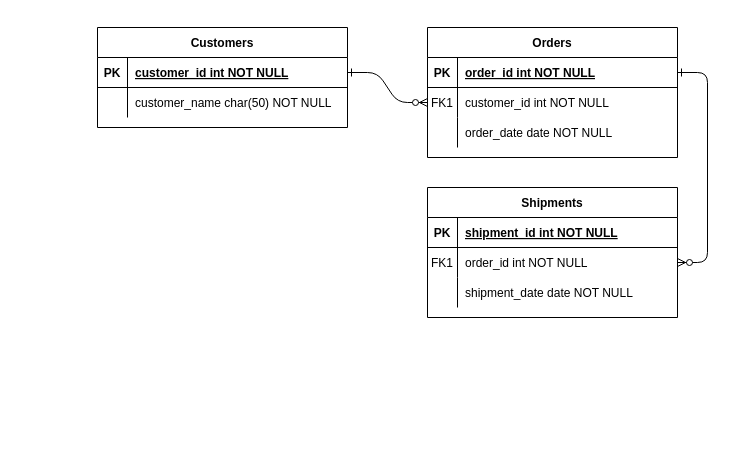
This is Untitled Diagram.drawio from angelica-martinez/Home, a draw.io file, before an edit. Source tidied: cells renumbered, new cells numbered last; positions are measured from the earlier drawing's top-left corner, leaving out a move shared by most shapes. Both pictures are drawn from the tidied source at 100%, with x=0, y=0 at pixel (97, 27).
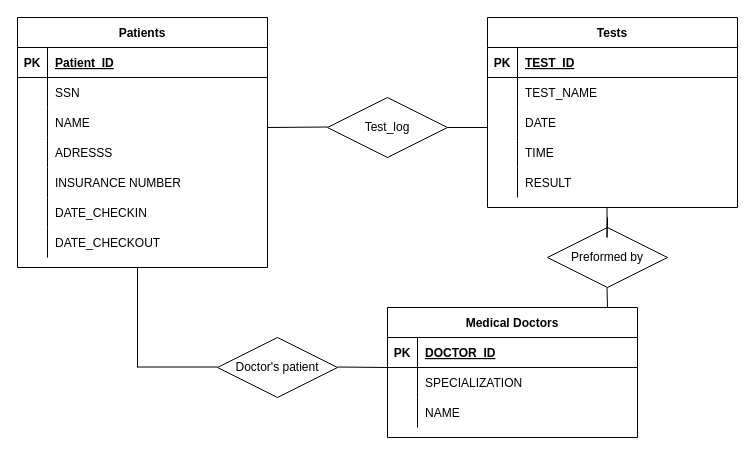
The same page after the edit.

The change refers to these unchanged cells:
```xml
<mxCell id="5" style="shape=partialRectangle;fillColor=none;points=[[0,0.5],[1,0.5]];portConstraint=eastwest;top=0;left=0;right=0;bottom=1;" parent="4" vertex="1">
  <mxGeometry y="30" width="250" height="30" as="geometry" />
</mxCell>
<mxCell id="8" style="shape=partialRectangle;fillColor=none;points=[[0,0.5],[1,0.5]];portConstraint=eastwest;top=0;left=0;right=0;bottom=0;" parent="4" vertex="1">
  <mxGeometry y="60" width="250" height="30" as="geometry" />
</mxCell>
<mxCell id="11" style="shape=partialRectangle;fillColor=none;top=0;left=0;right=0;bottom=0;" parent="4" vertex="1">
  <mxGeometry y="90" width="250" height="30" as="geometry" />
</mxCell>
<mxCell id="15" style="shape=partialRectangle;fillColor=none;top=0;left=0;right=0;bottom=1;" parent="14" vertex="1">
  <mxGeometry y="30" width="250" height="30" as="geometry" />
</mxCell>
<mxCell id="18" style="shape=partialRectangle;fillColor=none;points=[[0,0.5],[1,0.5]];portConstraint=eastwest;top=0;left=0;right=0;bottom=0;" parent="14" vertex="1">
  <mxGeometry y="60" width="250" height="30" as="geometry" />
</mxCell>
<mxCell id="21" style="shape=partialRectangle;fillColor=none;top=0;left=0;right=0;bottom=0;" parent="14" vertex="1">
  <mxGeometry y="90" width="250" height="30" as="geometry" />
</mxCell>
<mxCell id="25" style="shape=partialRectangle;fillColor=none;points=[[0,0.5],[1,0.5]];portConstraint=eastwest;top=0;left=0;right=0;bottom=1;" parent="24" vertex="1">
  <mxGeometry y="30" width="250" height="30" as="geometry" />
</mxCell>
<mxCell id="28" style="shape=partialRectangle;fillColor=none;top=0;left=0;right=0;bottom=0;" parent="24" vertex="1">
  <mxGeometry y="60" width="250" height="30" as="geometry" />
</mxCell>
```

Diff of the diagram source:
```diff
@@
-    <mxCell id="2" style="edgeStyle=entityRelationEdgeStyle;endArrow=ERzeroToMany;startArrow=ERone;endFill=1;startFill=0;" parent="1" edge="1" source="25" target="8">
-      <mxGeometry relative="1" as="geometry" />
-    </mxCell>
-    <mxCell id="3" style="edgeStyle=entityRelationEdgeStyle;endArrow=ERzeroToMany;startArrow=ERone;endFill=1;startFill=0;" parent="1" edge="1" source="5" target="18">
-      <mxGeometry relative="1" as="geometry" />
-    </mxCell>
-    <mxCell id="4" value="Orders" style="shape=table;startSize=30;childLayout=tableLayout;rowLines=0;fontStyle=1;align=center;" parent="1" vertex="1">
-      <mxGeometry x="330" width="250" height="130" as="geometry" />
+    <mxCell id="4" value="Medical Doctors" style="shape=table;startSize=30;childLayout=tableLayout;rowLines=0;fontStyle=1;align=center;" parent="1" vertex="1">
+      <mxGeometry x="290" y="280" width="250" height="130" as="geometry" />
     </mxCell>
@@
-    <mxCell id="7" value="order_id int NOT NULL " style="shape=partialRectangle;overflow=hidden;fillColor=none;top=0;left=0;bottom=0;right=0;align=left;spacingLeft=6;fontStyle=5;" parent="5" vertex="1">
+    <mxCell id="7" value="DOCTOR_ID" style="shape=partialRectangle;overflow=hidden;fillColor=none;top=0;left=0;bottom=0;right=0;align=left;spacingLeft=6;fontStyle=5;" parent="5" vertex="1">
       <mxGeometry x="30" width="220" height="30" as="geometry" />
     </mxCell>
@@
-    <mxCell id="9" value="FK1" style="shape=partialRectangle;overflow=hidden;fillColor=none;top=0;left=0;bottom=0;right=0;" parent="8" vertex="1">
+    <mxCell id="9" style="shape=partialRectangle;overflow=hidden;fillColor=none;top=0;left=0;bottom=0;right=0;" parent="8" vertex="1">
       <mxGeometry width="30" height="30" as="geometry" />
     </mxCell>
-    <mxCell id="10" value="customer_id int NOT NULL" style="shape=partialRectangle;overflow=hidden;fillColor=none;top=0;left=0;bottom=0;right=0;align=left;spacingLeft=6;" parent="8" vertex="1">
+    <mxCell id="10" value="SPECIALIZATION" style="shape=partialRectangle;overflow=hidden;fillColor=none;top=0;left=0;bottom=0;right=0;align=left;spacingLeft=6;" parent="8" vertex="1">
       <mxGeometry x="30" width="220" height="30" as="geometry" />
     </mxCell>
@@
-    <mxCell id="13" value="order_date date NOT NULL" style="shape=partialRectangle;overflow=hidden;fillColor=none;top=0;left=0;bottom=0;right=0;align=left;spacingLeft=6;" parent="11" vertex="1">
+    <mxCell id="13" value="NAME" style="shape=partialRectangle;overflow=hidden;fillColor=none;top=0;left=0;bottom=0;right=0;align=left;spacingLeft=6;" parent="11" vertex="1">
       <mxGeometry x="30" width="220" height="30" as="geometry" />
     </mxCell>
-    <mxCell id="14" value="Shipments" style="shape=table;startSize=30;childLayout=tableLayout;rowLines=0;fontStyle=1;align=center;" parent="1" vertex="1">
-      <mxGeometry x="330" y="160" width="250" height="130" as="geometry" />
+    <mxCell id="14" value="Tests" style="shape=table;startSize=30;childLayout=tableLayout;rowLines=0;fontStyle=1;align=center;" parent="1" vertex="1">
+      <mxGeometry x="390" y="-10" width="250" height="190" as="geometry" />
     </mxCell>
@@
-    <mxCell id="17" value="shipment_id int NOT NULL " style="shape=partialRectangle;overflow=hidden;fillColor=none;top=0;left=0;bottom=0;right=0;align=left;spacingLeft=6;fontStyle=5;" parent="15" vertex="1">
+    <mxCell id="17" value="TEST_ID" style="shape=partialRectangle;overflow=hidden;fillColor=none;top=0;left=0;bottom=0;right=0;align=left;spacingLeft=6;fontStyle=5;" parent="15" vertex="1">
       <mxGeometry x="30" width="220" height="30" as="geometry" />
     </mxCell>
@@
-    <mxCell id="19" value="FK1" style="shape=partialRectangle;overflow=hidden;fillColor=none;top=0;left=0;bottom=0;right=0;" parent="18" vertex="1">
+    <mxCell id="19" style="shape=partialRectangle;overflow=hidden;fillColor=none;top=0;left=0;bottom=0;right=0;" parent="18" vertex="1">
       <mxGeometry width="30" height="30" as="geometry" />
     </mxCell>
-    <mxCell id="20" value="order_id int NOT NULL" style="shape=partialRectangle;overflow=hidden;fillColor=none;top=0;left=0;bottom=0;right=0;align=left;spacingLeft=6;" parent="18" vertex="1">
+    <mxCell id="20" value="TEST_NAME" style="shape=partialRectangle;overflow=hidden;fillColor=none;top=0;left=0;bottom=0;right=0;align=left;spacingLeft=6;" parent="18" vertex="1">
       <mxGeometry x="30" width="220" height="30" as="geometry" />
     </mxCell>
@@
-    <mxCell id="23" value="shipment_date date NOT NULL" style="shape=partialRectangle;overflow=hidden;fillColor=none;top=0;left=0;bottom=0;right=0;align=left;spacingLeft=6;" parent="21" vertex="1">
+    <mxCell id="23" value="DATE" style="shape=partialRectangle;overflow=hidden;fillColor=none;top=0;left=0;bottom=0;right=0;align=left;spacingLeft=6;" parent="21" vertex="1">
       <mxGeometry x="30" width="220" height="30" as="geometry" />
     </mxCell>
+    <mxCell id="31" style="shape=partialRectangle;fillColor=none;top=0;left=0;right=0;bottom=0;" parent="14" vertex="1">
+      <mxGeometry y="120" width="250" height="30" as="geometry" />
+    </mxCell>
+    <mxCell id="32" style="shape=partialRectangle;overflow=hidden;fillColor=none;top=0;left=0;bottom=0;right=0;" parent="31" vertex="1">
+      <mxGeometry width="30" height="30" as="geometry" />
+    </mxCell>
+    <mxCell id="33" value="TIME" style="shape=partialRectangle;overflow=hidden;fillColor=none;top=0;left=0;bottom=0;right=0;align=left;spacingLeft=6;" parent="31" vertex="1">
+      <mxGeometry x="30" width="220" height="30" as="geometry" />
+    </mxCell>
+    <mxCell id="34" style="shape=partialRectangle;fillColor=none;top=0;left=0;right=0;bottom=0;" parent="14" vertex="1">
+      <mxGeometry y="150" width="250" height="30" as="geometry" />
+    </mxCell>
+    <mxCell id="35" style="shape=partialRectangle;overflow=hidden;fillColor=none;top=0;left=0;bottom=0;right=0;" parent="34" vertex="1">
+      <mxGeometry width="30" height="30" as="geometry" />
+    </mxCell>
+    <mxCell id="36" value="RESULT" style="shape=partialRectangle;overflow=hidden;fillColor=none;top=0;left=0;bottom=0;right=0;align=left;spacingLeft=6;" parent="34" vertex="1">
+      <mxGeometry x="30" width="220" height="30" as="geometry" />
+    </mxCell>
-    <mxCell id="24" value="Customers" style="shape=table;startSize=30;childLayout=tableLayout;rowLines=0;fontStyle=1;align=center;" parent="1" vertex="1">
-      <mxGeometry width="250" height="100" as="geometry" />
+    <mxCell id="24" value="Patients" style="shape=table;startSize=30;childLayout=tableLayout;rowLines=0;fontStyle=1;align=center;" parent="1" vertex="1">
+      <mxGeometry x="-80" y="-10" width="250" height="250" as="geometry" />
     </mxCell>
@@
-    <mxCell id="27" value="customer_id int NOT NULL " style="shape=partialRectangle;overflow=hidden;fillColor=none;top=0;left=0;bottom=0;right=0;align=left;spacingLeft=6;fontStyle=5;" parent="25" vertex="1">
+    <mxCell id="27" value="Patient_ID" style="shape=partialRectangle;overflow=hidden;fillColor=none;top=0;left=0;bottom=0;right=0;align=left;spacingLeft=6;fontStyle=5;" parent="25" vertex="1">
       <mxGeometry x="30" width="220" height="30" as="geometry" />
     </mxCell>
@@
-    <mxCell id="30" value="customer_name char(50) NOT NULL" style="shape=partialRectangle;overflow=hidden;fillColor=none;top=0;left=0;bottom=0;right=0;align=left;spacingLeft=6;" parent="28" vertex="1">
+    <mxCell id="30" value="SSN" style="shape=partialRectangle;overflow=hidden;fillColor=none;top=0;left=0;bottom=0;right=0;align=left;spacingLeft=6;" parent="28" vertex="1">
       <mxGeometry x="30" width="220" height="30" as="geometry" />
     </mxCell>
+    <mxCell id="37" style="shape=partialRectangle;fillColor=none;top=0;left=0;right=0;bottom=0;" parent="24" vertex="1">
+      <mxGeometry y="90" width="250" height="30" as="geometry" />
+    </mxCell>
+    <mxCell id="38" style="shape=partialRectangle;overflow=hidden;fillColor=none;top=0;left=0;bottom=0;right=0;" parent="37" vertex="1">
+      <mxGeometry width="30" height="30" as="geometry" />
+    </mxCell>
+    <mxCell id="39" value="NAME" style="shape=partialRectangle;overflow=hidden;fillColor=none;top=0;left=0;bottom=0;right=0;align=left;spacingLeft=6;" parent="37" vertex="1">
+      <mxGeometry x="30" width="220" height="30" as="geometry" />
+    </mxCell>
+    <mxCell id="40" style="shape=partialRectangle;fillColor=none;top=0;left=0;right=0;bottom=0;" parent="24" vertex="1">
+      <mxGeometry y="120" width="250" height="30" as="geometry" />
+    </mxCell>
+    <mxCell id="41" style="shape=partialRectangle;overflow=hidden;fillColor=none;top=0;left=0;bottom=0;right=0;" parent="40" vertex="1">
+      <mxGeometry width="30" height="30" as="geometry" />
+    </mxCell>
+    <mxCell id="42" value="ADRESSS" style="shape=partialRectangle;overflow=hidden;fillColor=none;top=0;left=0;bottom=0;right=0;align=left;spacingLeft=6;" parent="40" vertex="1">
+      <mxGeometry x="30" width="220" height="30" as="geometry" />
+    </mxCell>
+    <mxCell id="43" style="shape=partialRectangle;fillColor=none;top=0;left=0;right=0;bottom=0;" parent="24" vertex="1">
+      <mxGeometry y="150" width="250" height="30" as="geometry" />
+    </mxCell>
+    <mxCell id="44" style="shape=partialRectangle;overflow=hidden;fillColor=none;top=0;left=0;bottom=0;right=0;" parent="43" vertex="1">
+      <mxGeometry width="30" height="30" as="geometry" />
+    </mxCell>
+    <mxCell id="45" value="INSURANCE NUMBER" style="shape=partialRectangle;overflow=hidden;fillColor=none;top=0;left=0;bottom=0;right=0;align=left;spacingLeft=6;" parent="43" vertex="1">
+      <mxGeometry x="30" width="220" height="30" as="geometry" />
+    </mxCell>
+    <mxCell id="46" style="shape=partialRectangle;fillColor=none;top=0;left=0;right=0;bottom=0;" parent="24" vertex="1">
+      <mxGeometry y="180" width="250" height="30" as="geometry" />
+    </mxCell>
+    <mxCell id="47" style="shape=partialRectangle;overflow=hidden;fillColor=none;top=0;left=0;bottom=0;right=0;" parent="46" vertex="1">
+      <mxGeometry width="30" height="30" as="geometry" />
+    </mxCell>
+    <mxCell id="48" value="DATE_CHECKIN" style="shape=partialRectangle;overflow=hidden;fillColor=none;top=0;left=0;bottom=0;right=0;align=left;spacingLeft=6;" parent="46" vertex="1">
+      <mxGeometry x="30" width="220" height="30" as="geometry" />
+    </mxCell>
+    <mxCell id="49" style="shape=partialRectangle;fillColor=none;top=0;left=0;right=0;bottom=0;" parent="24" vertex="1">
+      <mxGeometry y="210" width="250" height="30" as="geometry" />
+    </mxCell>
+    <mxCell id="50" style="shape=partialRectangle;overflow=hidden;fillColor=none;top=0;left=0;bottom=0;right=0;" parent="49" vertex="1">
+      <mxGeometry width="30" height="30" as="geometry" />
+    </mxCell>
+    <mxCell id="51" value="DATE_CHECKOUT" style="shape=partialRectangle;overflow=hidden;fillColor=none;top=0;left=0;bottom=0;right=0;align=left;spacingLeft=6;" parent="49" vertex="1">
+      <mxGeometry x="30" width="220" height="30" as="geometry" />
+    </mxCell>
+    <mxCell id="52" value="Test_log" style="shape=rhombus;perimeter=rhombusPerimeter;whiteSpace=wrap;html=1;align=center;" parent="1" vertex="1">
+      <mxGeometry x="230" y="70" width="120" height="60" as="geometry" />
+    </mxCell>
+    <mxCell id="53" style="endArrow=none;html=1;" parent="1" edge="1">
+      <mxGeometry relative="1" as="geometry">
+        <mxPoint x="170" y="100" as="sourcePoint" />
+        <mxPoint x="230" y="99.5" as="targetPoint" />
+      </mxGeometry>
+    </mxCell>
+    <mxCell id="54" style="endArrow=none;html=1;" parent="1" edge="1">
+      <mxGeometry relative="1" as="geometry">
+        <mxPoint x="350" y="100" as="sourcePoint" />
+        <mxPoint x="390" y="100" as="targetPoint" />
+      </mxGeometry>
+    </mxCell>
+    <mxCell id="55" value="Doctor's patient" style="shape=rhombus;perimeter=rhombusPerimeter;whiteSpace=wrap;html=1;align=center;" parent="1" vertex="1">
+      <mxGeometry x="120" y="310" width="120" height="60" as="geometry" />
+    </mxCell>
+    <mxCell id="56" style="endArrow=none;html=1;rounded=0;" parent="1" edge="1">
+      <mxGeometry relative="1" as="geometry">
+        <mxPoint x="40" y="240" as="sourcePoint" />
+        <mxPoint x="40" y="340" as="targetPoint" />
+      </mxGeometry>
+    </mxCell>
+    <mxCell id="57" style="endArrow=none;html=1;rounded=0;" parent="1" edge="1">
+      <mxGeometry relative="1" as="geometry">
+        <mxPoint x="40" y="339.5" as="sourcePoint" />
+        <mxPoint x="120" y="339.5" as="targetPoint" />
+      </mxGeometry>
+    </mxCell>
+    <mxCell id="58" style="endArrow=none;html=1;rounded=0;" parent="1" edge="1">
+      <mxGeometry relative="1" as="geometry">
+        <mxPoint x="240" y="339.5" as="sourcePoint" />
+        <mxPoint x="290" y="340" as="targetPoint" />
+      </mxGeometry>
+    </mxCell>
+    <mxCell id="59" value="Preformed by" style="shape=rhombus;perimeter=rhombusPerimeter;whiteSpace=wrap;html=1;align=center;" parent="1" vertex="1">
+      <mxGeometry x="450" y="200" width="120" height="60" as="geometry" />
+    </mxCell>
+    <mxCell id="60" style="endArrow=none;html=1;rounded=0;" parent="1" edge="1">
+      <mxGeometry relative="1" as="geometry">
+        <mxPoint x="509.5" y="180" as="sourcePoint" />
+        <mxPoint x="510" y="200" as="targetPoint" />
+        <Array as="points">
+          <mxPoint x="509.5" y="210" />
+          <mxPoint x="510" y="190" />
+        </Array>
+      </mxGeometry>
+    </mxCell>
+    <mxCell id="61" style="endArrow=none;html=1;rounded=0;" parent="1" edge="1">
+      <mxGeometry relative="1" as="geometry">
+        <mxPoint x="509.5" y="260" as="sourcePoint" />
+        <mxPoint x="510" y="280" as="targetPoint" />
+      </mxGeometry>
+    </mxCell>
```
